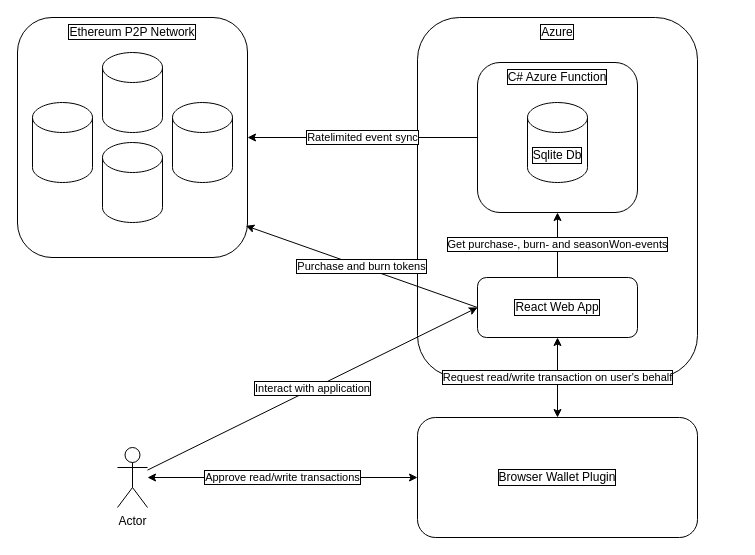
This is architecture.drawio from RasmusEdvardsen/SubredditBattleRoyale, a draw.io file, before an edit. Source tidied: cells renumbered, new cells numbered last; positions are measured from the earlier drawing's top-left corner, leaving out a move shared by most shapes. Both pictures are drawn from the tidied source at 100%, with x=0, y=0 at pixel (17, 17).
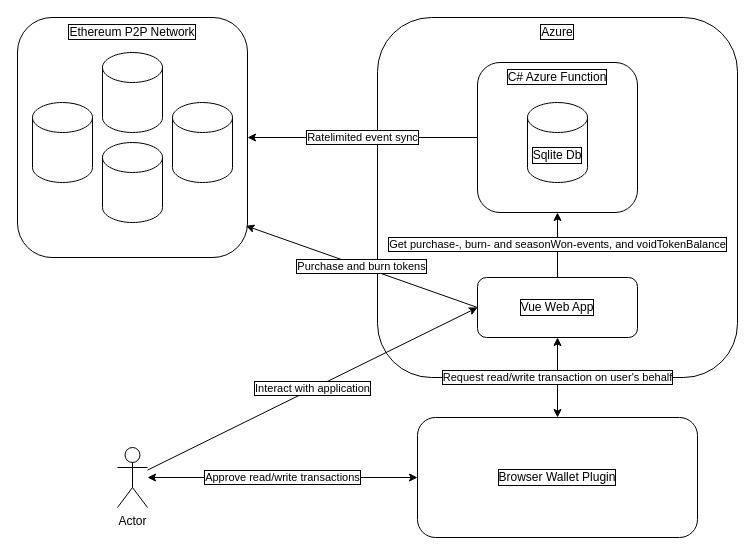
Above is the later version.

Commit message (it also covers changes not shown here):
Update architecture diagram and README.md

The edit, as a diff of the source:
```diff
@@
 <mxGraphModel>
   <root>
     <mxCell id="0" />
     <mxCell id="1" parent="0" />
     <mxCell id="2" value="Ethereum P2P Network" style="rounded=1;whiteSpace=wrap;html=1;labelBorderColor=default;labelBackgroundColor=none;labelPosition=center;verticalLabelPosition=middle;align=center;verticalAlign=top;" parent="1" vertex="1">
       <mxGeometry width="230" height="240" as="geometry" />
     </mxCell>
     <mxCell id="3" value="Azure" style="rounded=1;whiteSpace=wrap;html=1;verticalAlign=top;labelBorderColor=default;" parent="1" vertex="1">
-      <mxGeometry x="400" width="280" height="360" as="geometry" />
+      <mxGeometry x="360" width="360" height="360" as="geometry" />
     </mxCell>
     <mxCell id="4" value="C# Azure Function" style="rounded=1;whiteSpace=wrap;html=1;spacingBottom=0;align=center;textShadow=0;labelBorderColor=default;verticalAlign=top;" parent="1" vertex="1">
       <mxGeometry x="460" y="45" width="160" height="150" as="geometry" />
     </mxCell>
-    <mxCell id="5" value="React Web App" style="rounded=1;whiteSpace=wrap;html=1;labelBorderColor=default;" parent="1" vertex="1">
+    <mxCell id="5" value="&lt;div&gt;Vue Web App&lt;/div&gt;" style="rounded=1;whiteSpace=wrap;html=1;labelBorderColor=default;" parent="1" vertex="1">
       <mxGeometry x="460" y="260" width="160" height="60" as="geometry" />
     </mxCell>
     <mxCell id="6" style="shape=cylinder3;whiteSpace=wrap;html=1;boundedLbl=1;backgroundOutline=1;size=15;" parent="1" vertex="1">
       <mxGeometry x="15" y="85" width="60" height="80" as="geometry" />
     </mxCell>
     <mxCell id="7" style="shape=cylinder3;whiteSpace=wrap;html=1;boundedLbl=1;backgroundOutline=1;size=15;" parent="1" vertex="1">
       <mxGeometry x="85" y="35" width="60" height="80" as="geometry" />
     </mxCell>
     <mxCell id="8" style="shape=cylinder3;whiteSpace=wrap;html=1;boundedLbl=1;backgroundOutline=1;size=15;" parent="1" vertex="1">
       <mxGeometry x="155" y="85" width="60" height="80" as="geometry" />
     </mxCell>
     <mxCell id="9" style="shape=cylinder3;whiteSpace=wrap;html=1;boundedLbl=1;backgroundOutline=1;size=15;" parent="1" vertex="1">
       <mxGeometry x="85" y="125" width="60" height="80" as="geometry" />
     </mxCell>
     <mxCell id="10" value="Sqlite Db" style="shape=cylinder3;whiteSpace=wrap;html=1;boundedLbl=1;backgroundOutline=1;size=15;labelBorderColor=default;" parent="1" vertex="1">
       <mxGeometry x="510" y="85" width="60" height="80" as="geometry" />
     </mxCell>
     <mxCell id="11" value="Browser Wallet Plugin" style="rounded=1;whiteSpace=wrap;html=1;labelBorderColor=default;" parent="1" vertex="1">
       <mxGeometry x="400" y="400" width="280" height="120" as="geometry" />
     </mxCell>
     <mxCell id="12" value="Actor" style="shape=umlActor;verticalLabelPosition=bottom;verticalAlign=top;html=1;outlineConnect=0;" parent="1" vertex="1">
       <mxGeometry x="100" y="430" width="30" height="60" as="geometry" />
     </mxCell>
     <mxCell id="13" value="Approve read/write transactions" style="endArrow=classic;startArrow=classic;html=1;rounded=0;entryX=0;entryY=0.5;entryDx=0;entryDy=0;labelBorderColor=default;" parent="1" edge="1" source="12" target="11">
       <mxGeometry relative="1" as="geometry" />
     </mxCell>
     <mxCell id="14" value="Request read/write transaction on user's behalf" style="endArrow=classic;startArrow=classic;html=1;rounded=0;exitX=0.5;exitY=1;exitDx=0;exitDy=0;entryX=0.5;entryY=0;entryDx=0;entryDy=0;labelBorderColor=default;spacing=2;spacingRight=0;" parent="1" edge="1" source="5" target="11">
       <mxGeometry relative="1" as="geometry" />
     </mxCell>
-    <mxCell id="15" value="Get purchase-, burn- and seasonWon-events" style="endArrow=classic;html=1;rounded=0;entryX=0.5;entryY=1;entryDx=0;entryDy=0;labelBorderColor=default;" parent="1" edge="1" source="5" target="4">
+    <mxCell id="15" value="Get purchase-, burn- and seasonWon-events, and voidTokenBalance" style="endArrow=classic;html=1;rounded=0;entryX=0.5;entryY=1;entryDx=0;entryDy=0;labelBorderColor=default;" parent="1" edge="1" source="5" target="4">
       <mxGeometry relative="1" as="geometry" />
     </mxCell>
     <mxCell id="16" value="Ratelimited event sync" style="endArrow=classic;html=1;rounded=0;entryX=1;entryY=0.5;entryDx=0;entryDy=0;exitX=0;exitY=0.5;exitDx=0;exitDy=0;labelBorderColor=default;" parent="1" edge="1" source="4" target="2">
       <mxGeometry relative="1" as="geometry" />
     </mxCell>
     <mxCell id="17" value="Purchase and burn tokens" style="endArrow=classic;html=1;rounded=0;exitX=0;exitY=0.5;exitDx=0;exitDy=0;entryX=0.993;entryY=0.868;entryDx=0;entryDy=0;entryPerimeter=0;labelBorderColor=default;" parent="1" edge="1" source="5" target="2">
       <mxGeometry relative="1" as="geometry" />
     </mxCell>
     <mxCell id="18" value="Interact with application" style="endArrow=classic;html=1;rounded=0;entryX=0;entryY=0.5;entryDx=0;entryDy=0;labelBorderColor=default;" parent="1" edge="1" source="12" target="5">
       <mxGeometry relative="1" as="geometry" />
     </mxCell>
   </root>
 </mxGraphModel>
```
